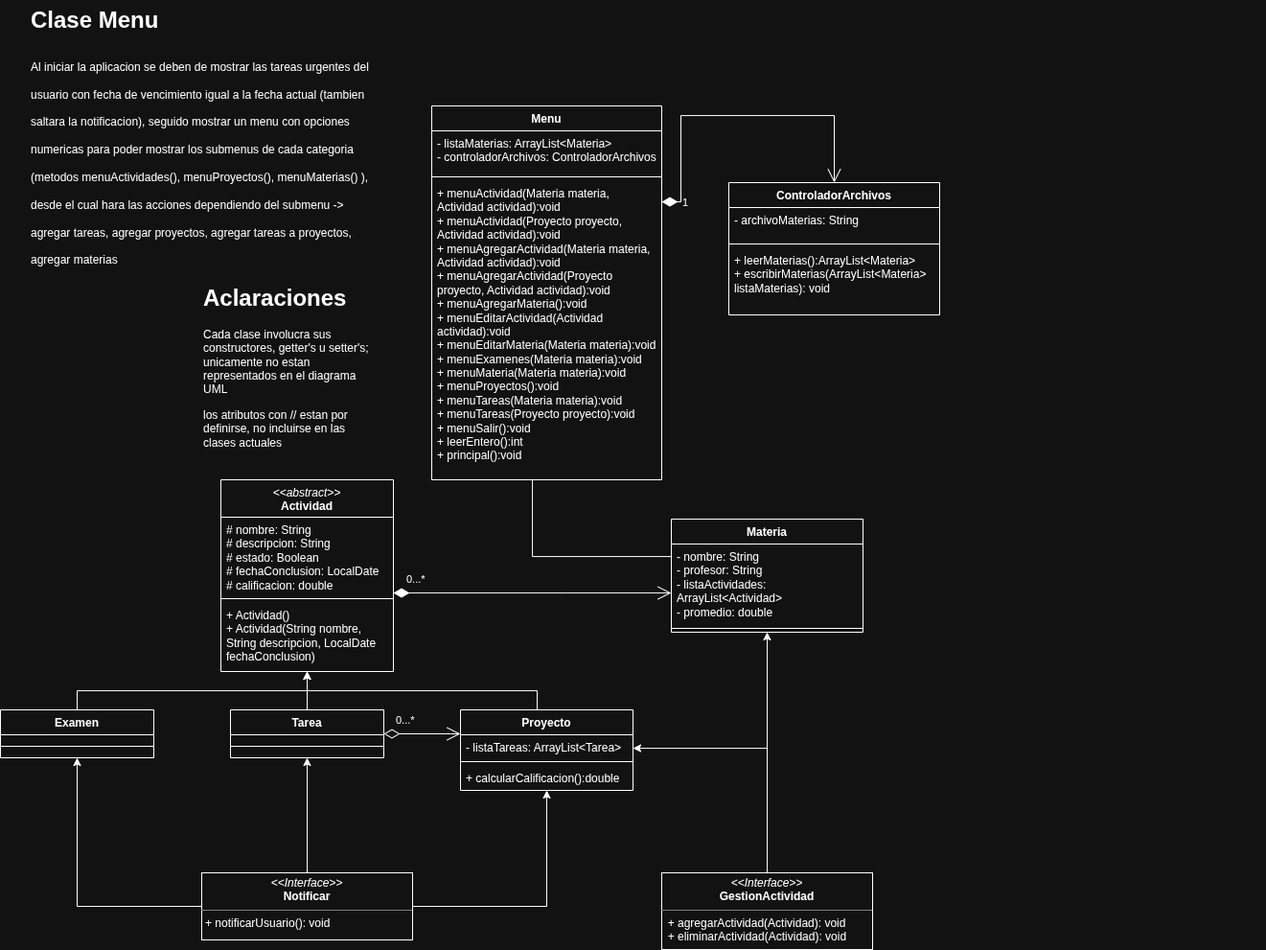
Above: Documentacion/UML.png in Leonardo-Lomas/Clase-POO---Proyecto---Gestor-Tareas (draw.io), before the change. Source tidied: cells renumbered, new cells last; positions are measured from the earlier drawing's top-left corner, leaving out a move shared by most shapes.
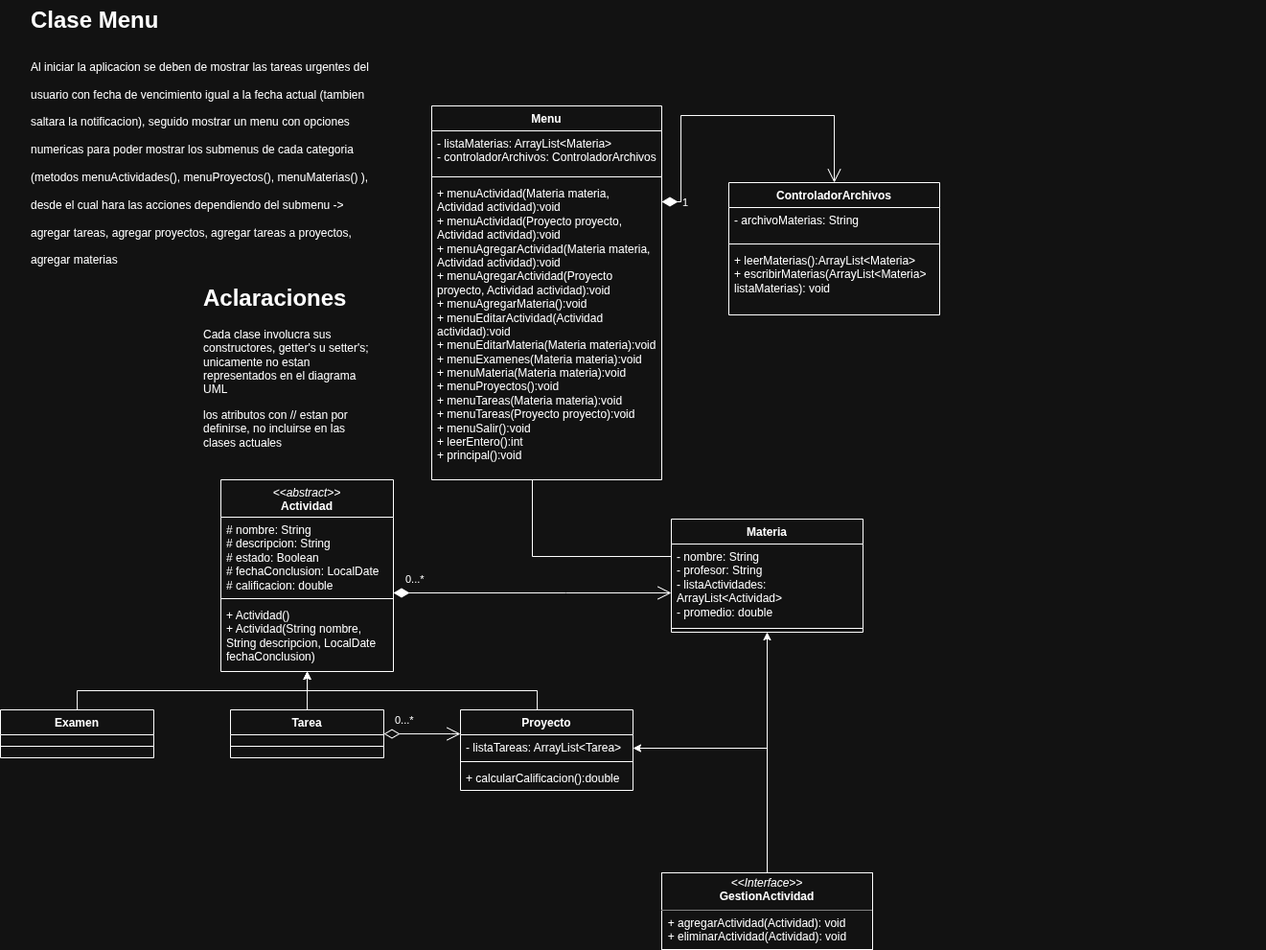
After the commit.

Commit message:
archivos finales para subir

Diff of the diagram source:
```diff
@@ -84,18 +84,6 @@
     <mxCell id="22" style="line;strokeWidth=1;fillColor=none;align=left;verticalAlign=middle;spacingTop=-1;spacingLeft=3;spacingRight=3;labelPosition=right;strokeColor=inherit;" parent="20" vertex="1">
       <mxGeometry y="110" width="200" height="8" as="geometry" />
     </mxCell>
-    <mxCell id="23" style="edgeStyle=orthogonalEdgeStyle;rounded=0;jettySize=auto;html=1;" parent="1" edge="1" source="26" target="14">
-      <mxGeometry relative="1" as="geometry" />
-    </mxCell>
-    <mxCell id="24" style="edgeStyle=orthogonalEdgeStyle;rounded=0;jettySize=auto;html=1;" parent="1" edge="1" source="26" target="11">
-      <mxGeometry relative="1" as="geometry" />
-    </mxCell>
-    <mxCell id="25" style="edgeStyle=orthogonalEdgeStyle;rounded=0;jettySize=auto;html=1;" parent="1" edge="1" source="26" target="8">
-      <mxGeometry relative="1" as="geometry" />
-    </mxCell>
-    <mxCell id="26" value="&lt;p style=&quot;margin:0px;margin-top:4px;text-align:center;&quot;&gt;&lt;i&gt;&amp;lt;&amp;lt;Interface&amp;gt;&amp;gt;&lt;/i&gt;&lt;br&gt;&lt;b&gt;Notificar&lt;/b&gt;&lt;/p&gt;&lt;hr size=&quot;1&quot; style=&quot;border-style:solid;&quot;&gt;&lt;p style=&quot;margin:0px;margin-left:4px;&quot;&gt;&lt;span style=&quot;background-color: transparent; color: light-dark(rgb(0, 0, 0), rgb(255, 255, 255));&quot;&gt;+ notificarUsuario(): void&lt;/span&gt;&lt;/p&gt;" style="verticalAlign=top;align=left;overflow=fill;html=1;whiteSpace=wrap;" parent="1" vertex="1">
-      <mxGeometry x="210" y="910" width="220" height="70" as="geometry" />
-    </mxCell>
     <mxCell id="27" value="0...*" style="endArrow=open;html=1;endSize=12;startArrow=diamondThin;startSize=14;startFill=1;edgeStyle=orthogonalEdgeStyle;align=left;verticalAlign=bottom;rounded=0;" parent="1" edge="1" source="3" target="20">
       <mxGeometry x="-0.92" y="5" relative="1" as="geometry">
         <Array as="points">
```
